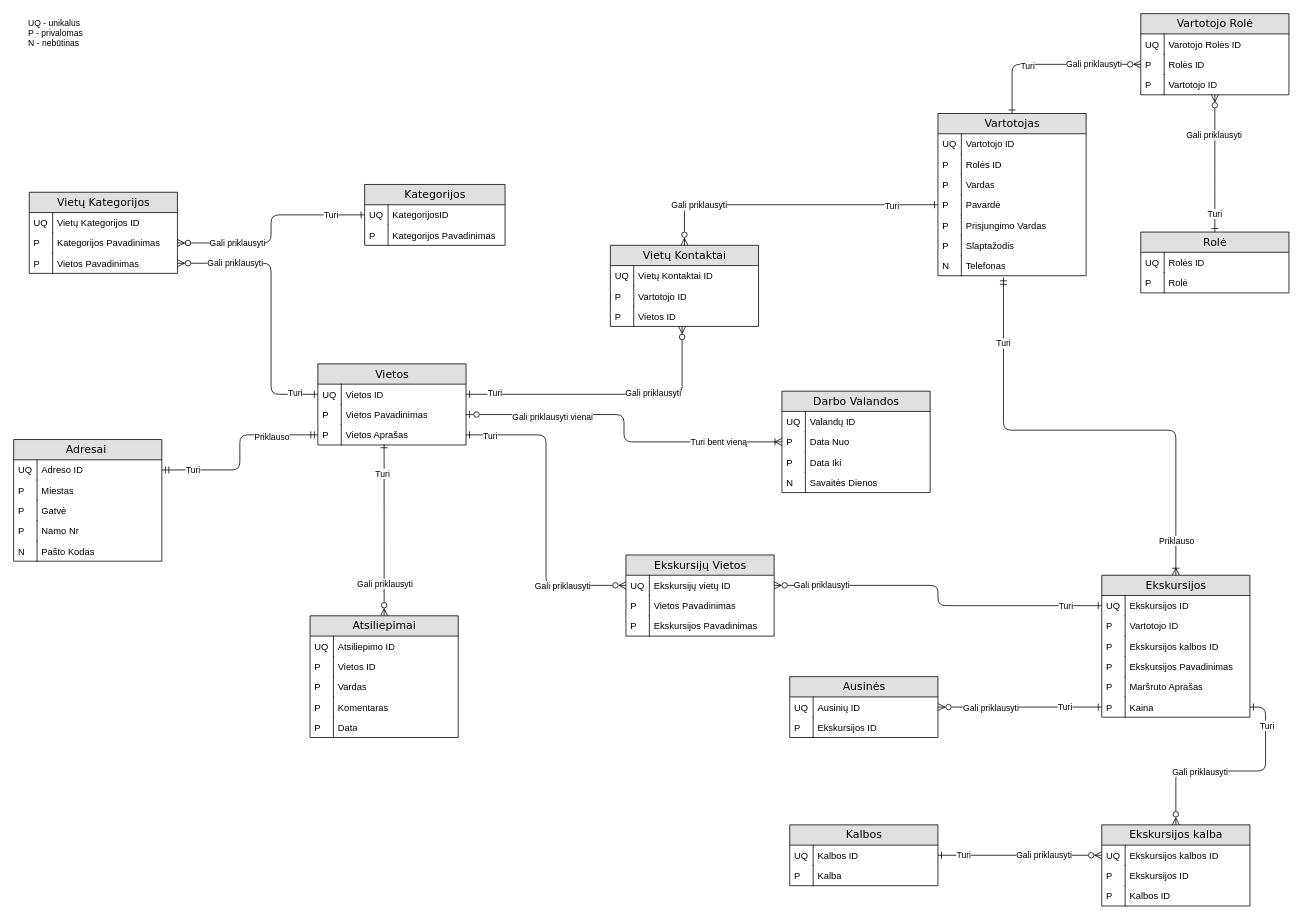
Earlier version of the draw.io diagram VikoTourismInformationCenter/ERD.drawio (GiedriusMauza/VikoTourismInformationCenter). Source tidied: cells renumbered, new cells numbered last; positions are measured from the earlier drawing's top-left corner, leaving out a move shared by most shapes. Both pictures are drawn from the tidied source at 78%, with x=0, y=0 at pixel (13, 13).
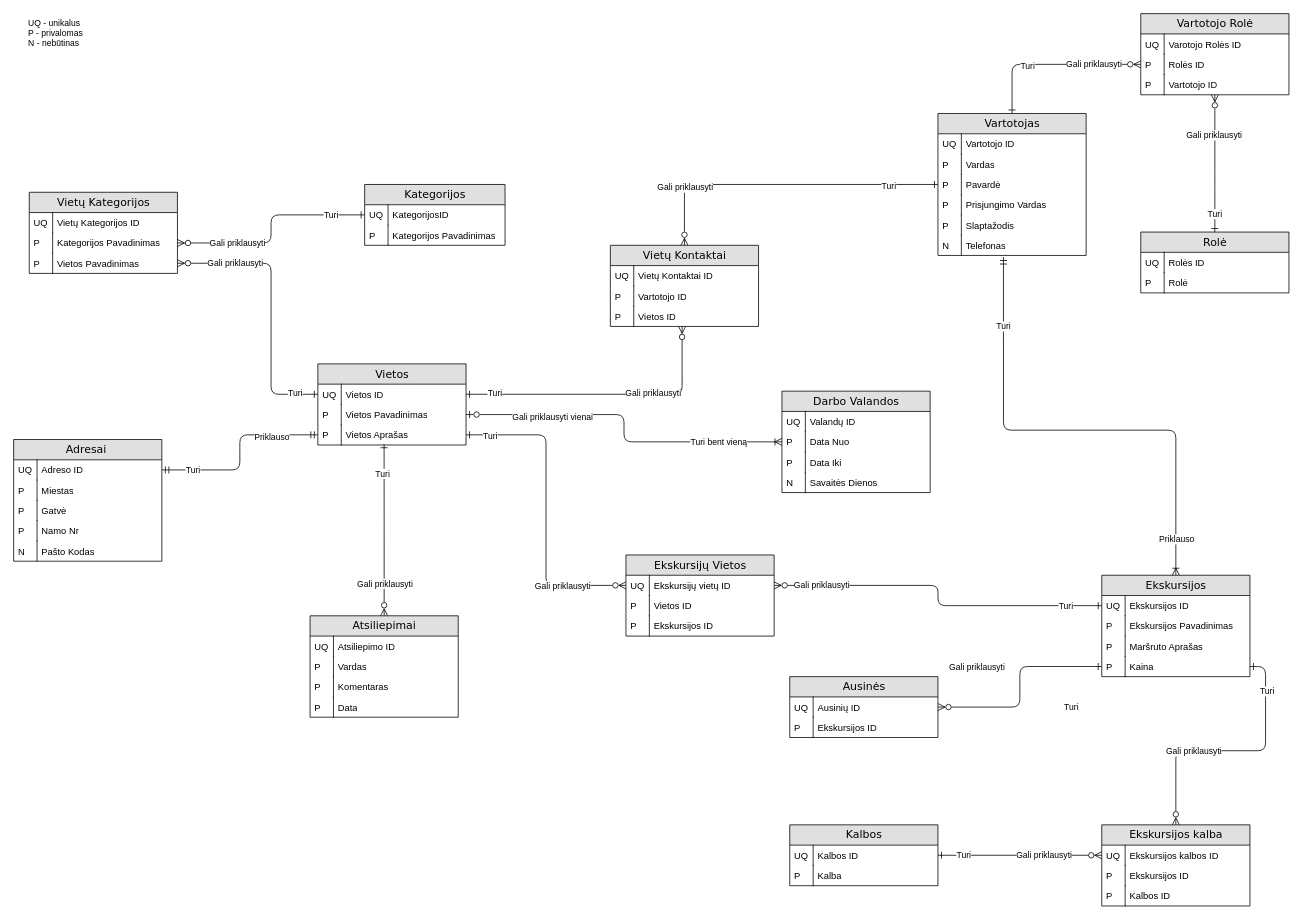
The same page after the edit.

The change refers to these unchanged cells:
```xml
<mxCell id="39" value="Ekskursijų Vietos" style="swimlane;html=1;fontStyle=0;horizontal=1;startSize=26;fillColor=#e0e0e0;swimlaneFillColor=#ffffff;align=center;rounded=0;shadow=0;comic=0;labelBackgroundColor=none;strokeWidth=1;fontFamily=Verdana;fontSize=14;" parent="1" vertex="1">
  <mxGeometry x="785" y="694" width="190" height="104" as="geometry" />
</mxCell>
```

Diff of the diagram source:
```diff
@@
-    <mxCell id="42" value="Vietos Pavadinimas" style="shape=partialRectangle;top=0;left=0;right=0;bottom=0;html=1;align=left;verticalAlign=top;fillColor=none;spacingLeft=34;spacingRight=4;whiteSpace=wrap;overflow=hidden;" parent="39" vertex="1">
+    <mxCell id="42" value="Vietos ID" style="shape=partialRectangle;top=0;left=0;right=0;bottom=0;html=1;align=left;verticalAlign=top;fillColor=none;spacingLeft=34;spacingRight=4;whiteSpace=wrap;overflow=hidden;" parent="39" vertex="1">
       <mxGeometry y="52" width="190" height="26" as="geometry" />
     </mxCell>
@@
-    <mxCell id="44" value="Ekskursijos Pavadinimas" style="shape=partialRectangle;top=0;left=0;right=0;bottom=0;html=1;align=left;verticalAlign=top;fillColor=none;spacingLeft=34;spacingRight=4;whiteSpace=wrap;overflow=hidden;" parent="39" vertex="1">
+    <mxCell id="44" value="Ekskursijos ID" style="shape=partialRectangle;top=0;left=0;right=0;bottom=0;html=1;align=left;verticalAlign=top;fillColor=none;spacingLeft=34;spacingRight=4;whiteSpace=wrap;overflow=hidden;" parent="39" vertex="1">
       <mxGeometry y="78" width="190" height="26" as="geometry" />
     </mxCell>
@@
     <mxCell id="58" value="Ekskursijos" style="swimlane;html=1;fontStyle=0;horizontal=1;startSize=26;fillColor=#e0e0e0;swimlaneFillColor=#ffffff;align=center;rounded=0;shadow=0;comic=0;labelBackgroundColor=none;strokeWidth=1;fontFamily=Verdana;fontSize=14;" parent="1" vertex="1">
-      <mxGeometry x="1395" y="720" width="190" height="182" as="geometry" />
+      <mxGeometry x="1395" y="720" width="190" height="130" as="geometry" />
     </mxCell>
@@
-    <mxCell id="61" value="Vartotojo&amp;nbsp;ID" style="shape=partialRectangle;top=0;left=0;right=0;bottom=0;html=1;align=left;verticalAlign=top;fillColor=none;spacingLeft=34;spacingRight=4;whiteSpace=wrap;overflow=hidden;" parent="58" vertex="1">
-      <mxGeometry y="52" width="190" height="26" as="geometry" />
-    </mxCell>
-    <mxCell id="62" value="P" style="shape=partialRectangle;top=0;left=0;bottom=0;html=1;fillColor=none;align=left;verticalAlign=top;spacingLeft=4;spacingRight=4;whiteSpace=wrap;overflow=hidden;" parent="61" vertex="1">
-      <mxGeometry width="30" height="26" as="geometry" />
-    </mxCell>
-    <mxCell id="63" value="Ekskursijos kalbos ID" style="shape=partialRectangle;top=0;left=0;right=0;bottom=0;html=1;align=left;verticalAlign=top;fillColor=none;spacingLeft=34;spacingRight=4;whiteSpace=wrap;overflow=hidden;" parent="58" vertex="1">
-      <mxGeometry y="78" width="190" height="26" as="geometry" />
-    </mxCell>
-    <mxCell id="64" value="P" style="shape=partialRectangle;top=0;left=0;bottom=0;html=1;fillColor=none;align=left;verticalAlign=top;spacingLeft=4;spacingRight=4;whiteSpace=wrap;overflow=hidden;" parent="63" vertex="1">
-      <mxGeometry width="30" height="26" as="geometry" />
-    </mxCell>
     <mxCell id="65" value="Ekskursijos Pavadinimas" style="shape=partialRectangle;top=0;left=0;right=0;bottom=0;html=1;align=left;verticalAlign=top;fillColor=none;spacingLeft=34;spacingRight=4;whiteSpace=wrap;overflow=hidden;" parent="58" vertex="1">
-      <mxGeometry y="104" width="190" height="26" as="geometry" />
+      <mxGeometry y="52" width="190" height="26" as="geometry" />
     </mxCell>
@@
     <mxCell id="67" value="Maršruto Aprašas" style="shape=partialRectangle;top=0;left=0;right=0;bottom=0;html=1;align=left;verticalAlign=top;fillColor=none;spacingLeft=34;spacingRight=4;whiteSpace=wrap;overflow=hidden;" parent="58" vertex="1">
-      <mxGeometry y="130" width="190" height="26" as="geometry" />
+      <mxGeometry y="78" width="190" height="26" as="geometry" />
     </mxCell>
@@
     <mxCell id="69" value="Kaina" style="shape=partialRectangle;top=0;left=0;right=0;bottom=0;html=1;align=left;verticalAlign=top;fillColor=none;spacingLeft=34;spacingRight=4;whiteSpace=wrap;overflow=hidden;points=[[0,0.5],[1,0.5]];portConstraint=eastwest;" parent="58" vertex="1">
-      <mxGeometry y="156" width="190" height="26" as="geometry" />
+      <mxGeometry y="104" width="190" height="26" as="geometry" />
     </mxCell>
@@
     <mxCell id="71" value="Vartotojas" style="swimlane;html=1;fontStyle=0;horizontal=1;startSize=26;fillColor=#e0e0e0;swimlaneFillColor=#ffffff;align=center;rounded=0;shadow=0;comic=0;labelBackgroundColor=none;strokeWidth=1;fontFamily=Verdana;fontSize=14;" parent="1" vertex="1">
-      <mxGeometry x="1185" y="128" width="190" height="208" as="geometry" />
+      <mxGeometry x="1185" y="128" width="190" height="182" as="geometry" />
     </mxCell>
@@
-    <mxCell id="74" value="Rolės ID" style="shape=partialRectangle;top=0;left=0;right=0;bottom=0;html=1;align=left;verticalAlign=top;fillColor=none;spacingLeft=34;spacingRight=4;whiteSpace=wrap;overflow=hidden;" parent="71" vertex="1">
-      <mxGeometry y="52" width="190" height="26" as="geometry" />
-    </mxCell>
-    <mxCell id="75" value="P" style="shape=partialRectangle;top=0;left=0;bottom=0;html=1;fillColor=none;align=left;verticalAlign=top;spacingLeft=4;spacingRight=4;whiteSpace=wrap;overflow=hidden;" parent="74" vertex="1">
-      <mxGeometry width="30" height="26" as="geometry" />
-    </mxCell>
     <mxCell id="76" value="Vardas" style="shape=partialRectangle;top=0;left=0;right=0;bottom=0;html=1;align=left;verticalAlign=top;fillColor=none;spacingLeft=34;spacingRight=4;whiteSpace=wrap;overflow=hidden;" parent="71" vertex="1">
-      <mxGeometry y="78" width="190" height="26" as="geometry" />
+      <mxGeometry y="52" width="190" height="26" as="geometry" />
     </mxCell>
@@
     <mxCell id="78" value="Pavardė" style="shape=partialRectangle;top=0;left=0;right=0;bottom=0;html=1;align=left;verticalAlign=top;fillColor=none;spacingLeft=34;spacingRight=4;whiteSpace=wrap;overflow=hidden;points=[[0,0.5],[1,0.5]];portConstraint=eastwest;" parent="71" vertex="1">
-      <mxGeometry y="104" width="190" height="26" as="geometry" />
+      <mxGeometry y="78" width="190" height="26" as="geometry" />
     </mxCell>
@@
     <mxCell id="80" value="Prisjungimo Vardas" style="shape=partialRectangle;top=0;left=0;right=0;bottom=0;html=1;align=left;verticalAlign=top;fillColor=none;spacingLeft=34;spacingRight=4;whiteSpace=wrap;overflow=hidden;" parent="71" vertex="1">
-      <mxGeometry y="130" width="190" height="26" as="geometry" />
+      <mxGeometry y="104" width="190" height="26" as="geometry" />
     </mxCell>
@@
     <mxCell id="82" value="Slaptažodis" style="shape=partialRectangle;top=0;left=0;right=0;bottom=0;html=1;align=left;verticalAlign=top;fillColor=none;spacingLeft=34;spacingRight=4;whiteSpace=wrap;overflow=hidden;" parent="71" vertex="1">
-      <mxGeometry y="156" width="190" height="26" as="geometry" />
+      <mxGeometry y="130" width="190" height="26" as="geometry" />
     </mxCell>
@@
     <mxCell id="84" value="Telefonas" style="shape=partialRectangle;top=0;left=0;right=0;bottom=0;html=1;align=left;verticalAlign=top;fillColor=none;spacingLeft=34;spacingRight=4;whiteSpace=wrap;overflow=hidden;points=[[0,0.5],[1,0.5]];portConstraint=eastwest;" parent="71" vertex="1">
-      <mxGeometry y="182" width="190" height="26" as="geometry" />
+      <mxGeometry y="156" width="190" height="26" as="geometry" />
     </mxCell>
@@
     <mxCell id="139" value="Atsiliepimai" style="swimlane;html=1;fontStyle=0;horizontal=1;startSize=26;fillColor=#e0e0e0;swimlaneFillColor=#ffffff;align=center;rounded=0;shadow=0;comic=0;labelBackgroundColor=none;strokeWidth=1;fontFamily=Verdana;fontSize=14;" parent="1" vertex="1">
-      <mxGeometry x="380" y="772" width="190" height="156" as="geometry" />
+      <mxGeometry x="380" y="772" width="190" height="130" as="geometry" />
     </mxCell>
@@
-    <mxCell id="142" value="Vietos ID" style="shape=partialRectangle;top=0;left=0;right=0;bottom=0;html=1;align=left;verticalAlign=top;fillColor=none;spacingLeft=34;spacingRight=4;whiteSpace=wrap;overflow=hidden;" parent="139" vertex="1">
-      <mxGeometry y="52" width="190" height="26" as="geometry" />
-    </mxCell>
-    <mxCell id="143" value="P" style="shape=partialRectangle;top=0;left=0;bottom=0;html=1;fillColor=none;align=left;verticalAlign=top;spacingLeft=4;spacingRight=4;whiteSpace=wrap;overflow=hidden;" parent="142" vertex="1">
-      <mxGeometry width="30" height="26" as="geometry" />
-    </mxCell>
     <mxCell id="144" value="Vardas" style="shape=partialRectangle;top=0;left=0;right=0;bottom=0;html=1;align=left;verticalAlign=top;fillColor=none;spacingLeft=34;spacingRight=4;whiteSpace=wrap;overflow=hidden;" parent="139" vertex="1">
-      <mxGeometry y="78" width="190" height="26" as="geometry" />
+      <mxGeometry y="52" width="190" height="26" as="geometry" />
     </mxCell>
@@
     <mxCell id="146" value="Komentaras" style="shape=partialRectangle;top=0;left=0;right=0;bottom=0;html=1;align=left;verticalAlign=top;fillColor=none;spacingLeft=34;spacingRight=4;whiteSpace=wrap;overflow=hidden;" parent="139" vertex="1">
-      <mxGeometry y="104" width="190" height="26" as="geometry" />
+      <mxGeometry y="78" width="190" height="26" as="geometry" />
     </mxCell>
@@
     <mxCell id="148" value="Data" style="shape=partialRectangle;top=0;left=0;right=0;bottom=0;html=1;align=left;verticalAlign=top;fillColor=none;spacingLeft=34;spacingRight=4;whiteSpace=wrap;overflow=hidden;" parent="139" vertex="1">
-      <mxGeometry y="130" width="190" height="26" as="geometry" />
+      <mxGeometry y="104" width="190" height="26" as="geometry" />
     </mxCell>
```
